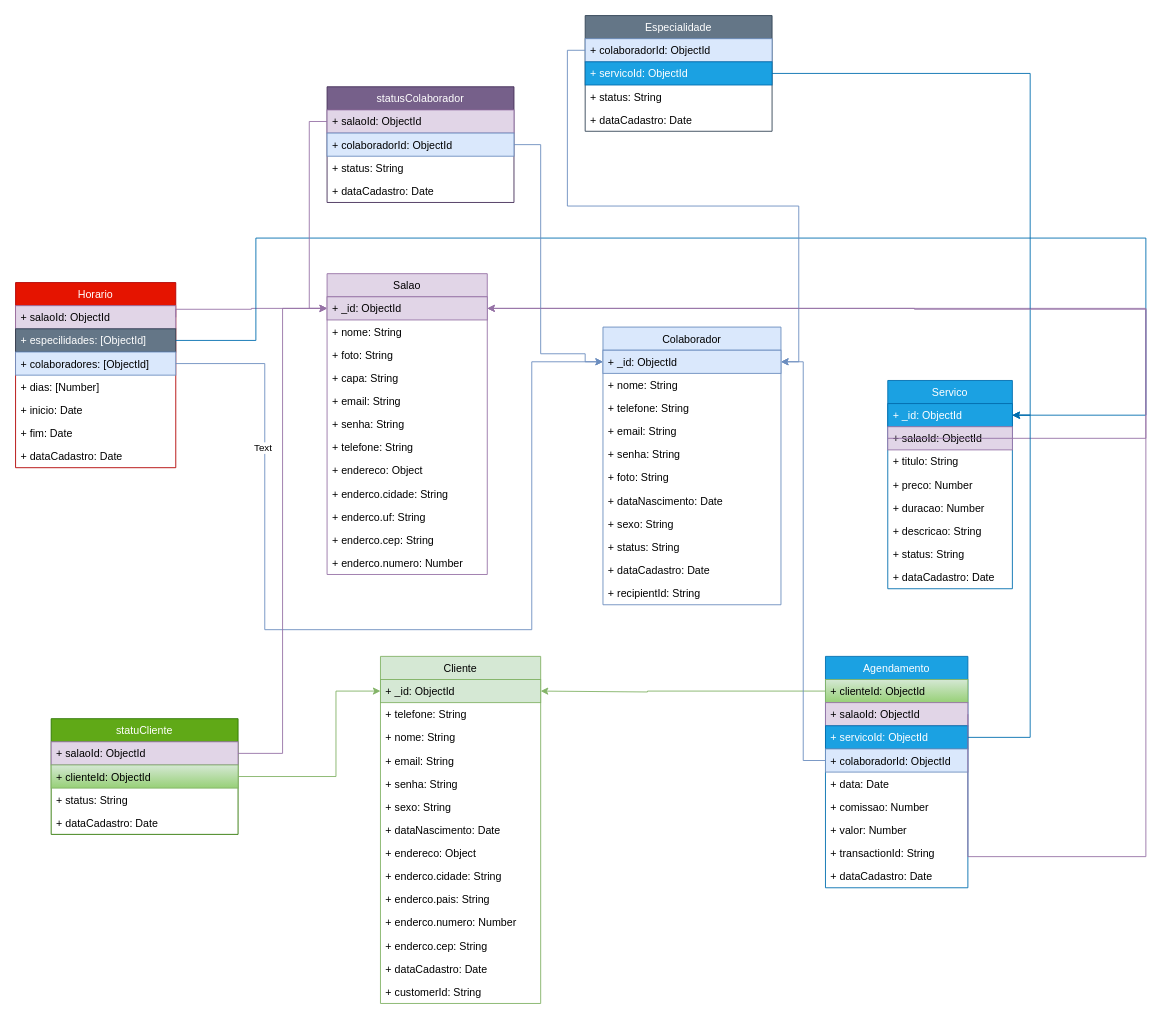
Before: modelobdAgendei.drawio in Ketley-Souza/Agendei, a draw.io diagram. Source tidied: cells renumbered, new cells numbered last; positions are measured from the earlier drawing's top-left corner, leaving out a move shared by most shapes. Both pictures are drawn from the tidied source at 89%, with x=0, y=0 at pixel (15, 15).
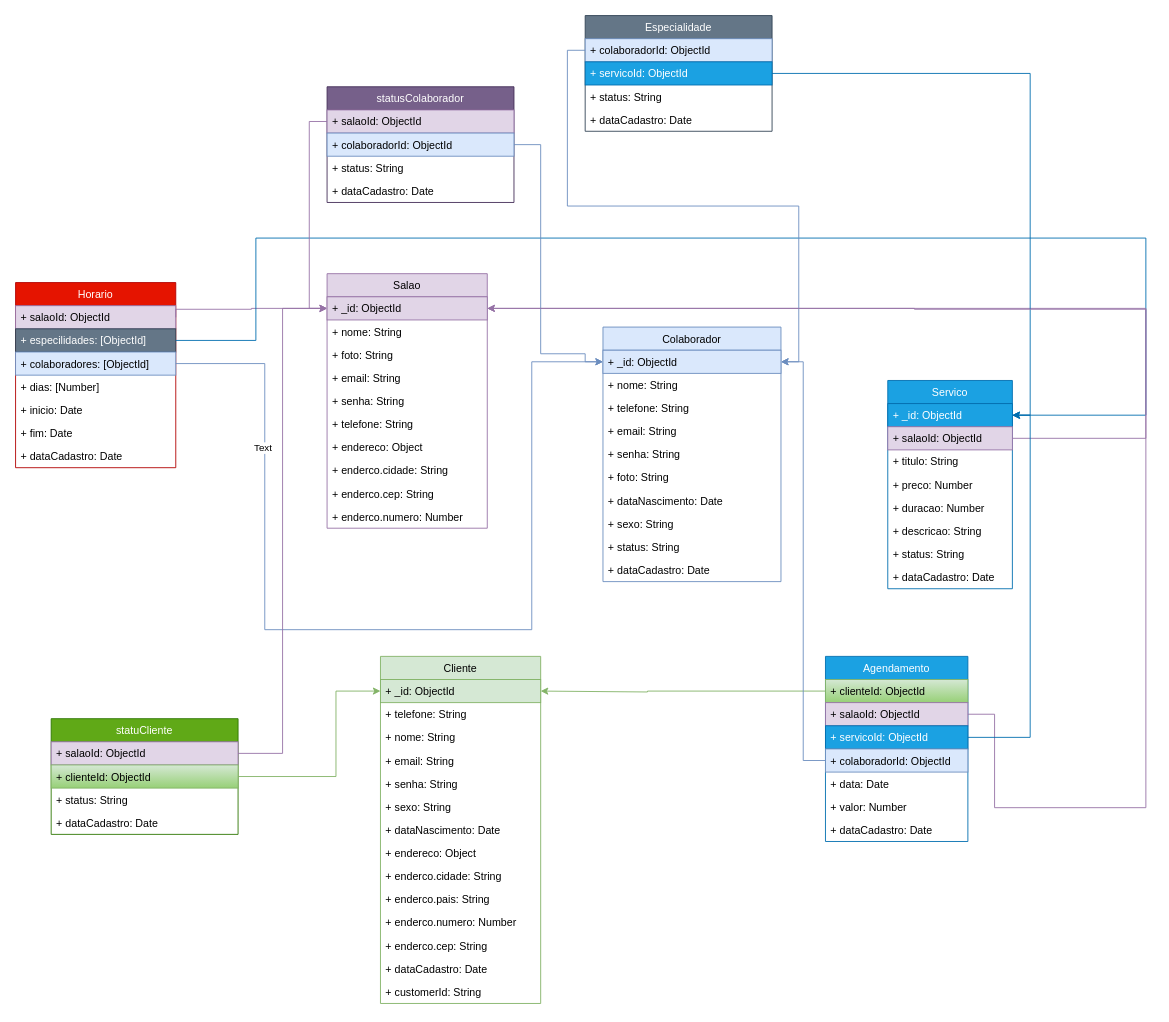
The same page after the edit.

Commit message (it also covers changes not shown here):
Correção de tipos

Unchanged cells that the change refers to:
```xml
<mxCell id="3" value="+ _id: ObjectId" style="text;strokeColor=#9673a6;fillColor=#e1d5e7;align=left;verticalAlign=top;spacingLeft=4;spacingRight=4;overflow=hidden;points=[[0,0.5],[1,0.5]];portConstraint=eastwest;" parent="2" vertex="1">
  <mxGeometry y="26" width="180" height="26" as="geometry" />
</mxCell>
<mxCell id="29" value="+ salaoId: ObjectId" style="text;strokeColor=#9673a6;fillColor=#e1d5e7;align=left;verticalAlign=top;spacingLeft=4;spacingRight=4;overflow=hidden;points=[[0,0.5],[1,0.5]];portConstraint=eastwest;" parent="27" vertex="1">
  <mxGeometry y="52" width="140" height="26" as="geometry" />
</mxCell>
<mxCell id="87" value="+ salaoId: ObjectId" style="text;strokeColor=#9673a6;fillColor=#e1d5e7;align=left;verticalAlign=top;spacingLeft=4;spacingRight=4;overflow=hidden;points=[[0,0.5],[1,0.5]];portConstraint=eastwest;" parent="85" vertex="1">
  <mxGeometry y="52" width="160" height="26" as="geometry" />
</mxCell>
```

The edit, as a diff of the source:
```diff
@@
     <mxCell id="2" value="Salao" style="swimlane;fontStyle=0;horizontal=1;startSize=26;fillColor=#e1d5e7;strokeColor=#9673a6;" parent="1" vertex="1">
-      <mxGeometry x="350" y="290" width="180" height="338" as="geometry" />
+      <mxGeometry x="350" y="290" width="180" height="286" as="geometry" />
     </mxCell>
@@
-    <mxCell id="6" value="+ capa: String" style="text;strokeColor=none;fillColor=none;align=left;verticalAlign=top;spacingLeft=4;spacingRight=4;overflow=hidden;" parent="2" vertex="1">
-      <mxGeometry y="104" width="180" height="26" as="geometry" />
-    </mxCell>
     <mxCell id="7" value="+ email: String" style="text;strokeColor=none;fillColor=none;align=left;verticalAlign=top;spacingLeft=4;spacingRight=4;overflow=hidden;" parent="2" vertex="1">
-      <mxGeometry y="130" width="180" height="26" as="geometry" />
+      <mxGeometry y="104" width="180" height="26" as="geometry" />
     </mxCell>
     <mxCell id="8" value="+ senha: String" style="text;strokeColor=none;fillColor=none;align=left;verticalAlign=top;spacingLeft=4;spacingRight=4;overflow=hidden;" parent="2" vertex="1">
-      <mxGeometry y="156" width="180" height="26" as="geometry" />
+      <mxGeometry y="130" width="180" height="26" as="geometry" />
     </mxCell>
     <mxCell id="9" value="+ telefone: String" style="text;strokeColor=none;fillColor=none;align=left;verticalAlign=top;spacingLeft=4;spacingRight=4;overflow=hidden;" parent="2" vertex="1">
-      <mxGeometry y="182" width="180" height="26" as="geometry" />
+      <mxGeometry y="156" width="180" height="26" as="geometry" />
     </mxCell>
     <mxCell id="10" value="+ endereco: Object" style="text;strokeColor=none;fillColor=none;align=left;verticalAlign=top;spacingLeft=4;spacingRight=4;overflow=hidden;" parent="2" vertex="1">
-      <mxGeometry y="208" width="180" height="26" as="geometry" />
+      <mxGeometry y="182" width="180" height="26" as="geometry" />
     </mxCell>
     <mxCell id="11" value="+ enderco.cidade: String" style="text;strokeColor=none;fillColor=none;align=left;verticalAlign=top;spacingLeft=4;spacingRight=4;overflow=hidden;" parent="2" vertex="1">
-      <mxGeometry y="234" width="180" height="26" as="geometry" />
+      <mxGeometry y="208" width="180" height="26" as="geometry" />
     </mxCell>
-    <mxCell id="12" value="+ enderco.uf: String" style="text;strokeColor=none;fillColor=none;align=left;verticalAlign=top;spacingLeft=4;spacingRight=4;overflow=hidden;" parent="2" vertex="1">
-      <mxGeometry y="260" width="180" height="26" as="geometry" />
-    </mxCell>
     <mxCell id="13" value="+ enderco.cep: String" style="text;strokeColor=none;fillColor=none;align=left;verticalAlign=top;spacingLeft=4;spacingRight=4;overflow=hidden;" parent="2" vertex="1">
-      <mxGeometry y="286" width="180" height="26" as="geometry" />
+      <mxGeometry y="234" width="180" height="26" as="geometry" />
     </mxCell>
     <mxCell id="14" value="+ enderco.numero: Number" style="text;strokeColor=none;fillColor=none;align=left;verticalAlign=top;spacingLeft=4;spacingRight=4;overflow=hidden;" parent="2" vertex="1">
-      <mxGeometry y="312" width="180" height="26" as="geometry" />
+      <mxGeometry y="260" width="180" height="26" as="geometry" />
     </mxCell>
     <mxCell id="15" value="Colaborador" style="swimlane;fontStyle=0;horizontal=1;startSize=26;fillColor=#dae8fc;strokeColor=#6c8ebf;" parent="1" vertex="1">
-      <mxGeometry x="660" y="350" width="200" height="312" as="geometry" />
+      <mxGeometry x="660" y="350" width="200" height="286" as="geometry" />
     </mxCell>
@@
-    <mxCell id="26" value="+ recipientId: String" style="text;strokeColor=none;fillColor=none;align=left;verticalAlign=top;spacingLeft=4;spacingRight=4;overflow=hidden;" parent="15" vertex="1">
-      <mxGeometry y="286" width="200" height="26" as="geometry" />
-    </mxCell>
@@
-    <mxCell id="48" style="edgeStyle=orthogonalEdgeStyle;rounded=0;jettySize=auto;html=1;exitX=0;exitY=0.5;exitDx=0;exitDy=0;entryX=1;entryY=0.5;entryDx=0;entryDy=0;fillColor=#e1d5e7;strokeColor=#9673a6;" parent="1" edge="1" source="29" target="3">
+    <mxCell id="48" style="edgeStyle=orthogonalEdgeStyle;rounded=0;jettySize=auto;html=1;entryX=1;entryY=0.5;entryDx=0;entryDy=0;fillColor=#e1d5e7;strokeColor=#9673a6;exitX=1;exitY=0.5;exitDx=0;exitDy=0;" parent="1" edge="1" source="29" target="3">
       <mxGeometry relative="1" as="geometry">
         <Array as="points">
           <mxPoint x="1270" y="475" />
           <mxPoint x="1270" y="329" />
         </Array>
       </mxGeometry>
     </mxCell>
@@
     <mxCell id="85" value="Agendamento" style="swimlane;fontStyle=0;horizontal=1;startSize=26;fillColor=#1ba1e2;strokeColor=#006EAF;fontColor=#ffffff;" parent="1" vertex="1">
-      <mxGeometry x="910" y="720" width="160" height="260" as="geometry" />
+      <mxGeometry x="910" y="720" width="160" height="208" as="geometry" />
     </mxCell>
@@
-    <mxCell id="91" value="+ comissao: Number" style="text;strokeColor=none;fillColor=none;align=left;verticalAlign=top;spacingLeft=4;spacingRight=4;overflow=hidden;" parent="85" vertex="1">
-      <mxGeometry y="156" width="160" height="26" as="geometry" />
-    </mxCell>
     <mxCell id="92" value="+ valor: Number" style="text;strokeColor=none;fillColor=none;align=left;verticalAlign=top;spacingLeft=4;spacingRight=4;overflow=hidden;" parent="85" vertex="1">
-      <mxGeometry y="182" width="160" height="26" as="geometry" />
+      <mxGeometry y="156" width="160" height="26" as="geometry" />
     </mxCell>
-    <mxCell id="93" value="+ transactionId: String" style="text;strokeColor=none;fillColor=none;align=left;verticalAlign=top;spacingLeft=4;spacingRight=4;overflow=hidden;" parent="85" vertex="1">
-      <mxGeometry y="208" width="160" height="26" as="geometry" />
-    </mxCell>
     <mxCell id="94" value="+ dataCadastro: Date" style="text;strokeColor=none;fillColor=none;align=left;verticalAlign=top;spacingLeft=4;spacingRight=4;overflow=hidden;" parent="85" vertex="1">
-      <mxGeometry y="234" width="160" height="26" as="geometry" />
+      <mxGeometry y="182" width="160" height="26" as="geometry" />
     </mxCell>
@@
     <mxCell id="96" style="edgeStyle=orthogonalEdgeStyle;rounded=0;jettySize=auto;html=1;exitX=1;exitY=0.5;exitDx=0;exitDy=0;entryX=1;entryY=0.5;entryDx=0;entryDy=0;fillColor=#e1d5e7;strokeColor=#9673a6;" parent="1" edge="1" source="87" target="3">
       <mxGeometry relative="1" as="geometry">
         <Array as="points">
-          <mxPoint x="1270" y="945" />
+          <mxPoint x="1100" y="785" />
+          <mxPoint x="1100" y="890" />
+          <mxPoint x="1270" y="890" />
           <mxPoint x="1270" y="330" />
           <mxPoint x="1010" y="330" />
+          <mxPoint x="1010" y="329" />
         </Array>
       </mxGeometry>
     </mxCell>
```
